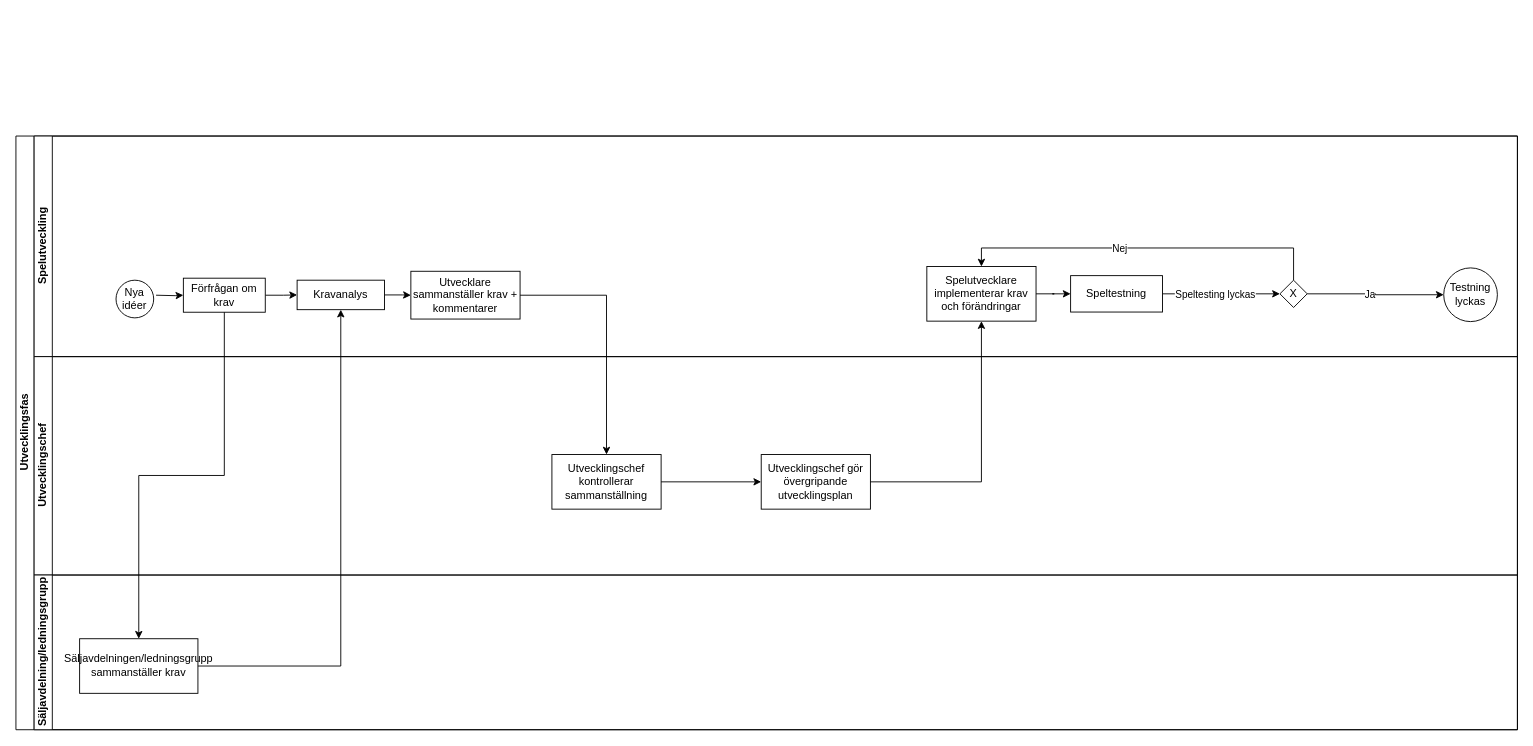
Earlier version of the draw.io diagram Utvecklingsfas diagram.drawio (herderboys/DSV-ITO). Source tidied: cells renumbered, new cells numbered last; positions are measured from the earlier drawing's top-left corner, leaving out a move shared by most shapes. Both pictures are drawn from the tidied source at 91%, with x=0, y=0 at pixel (15, 136).
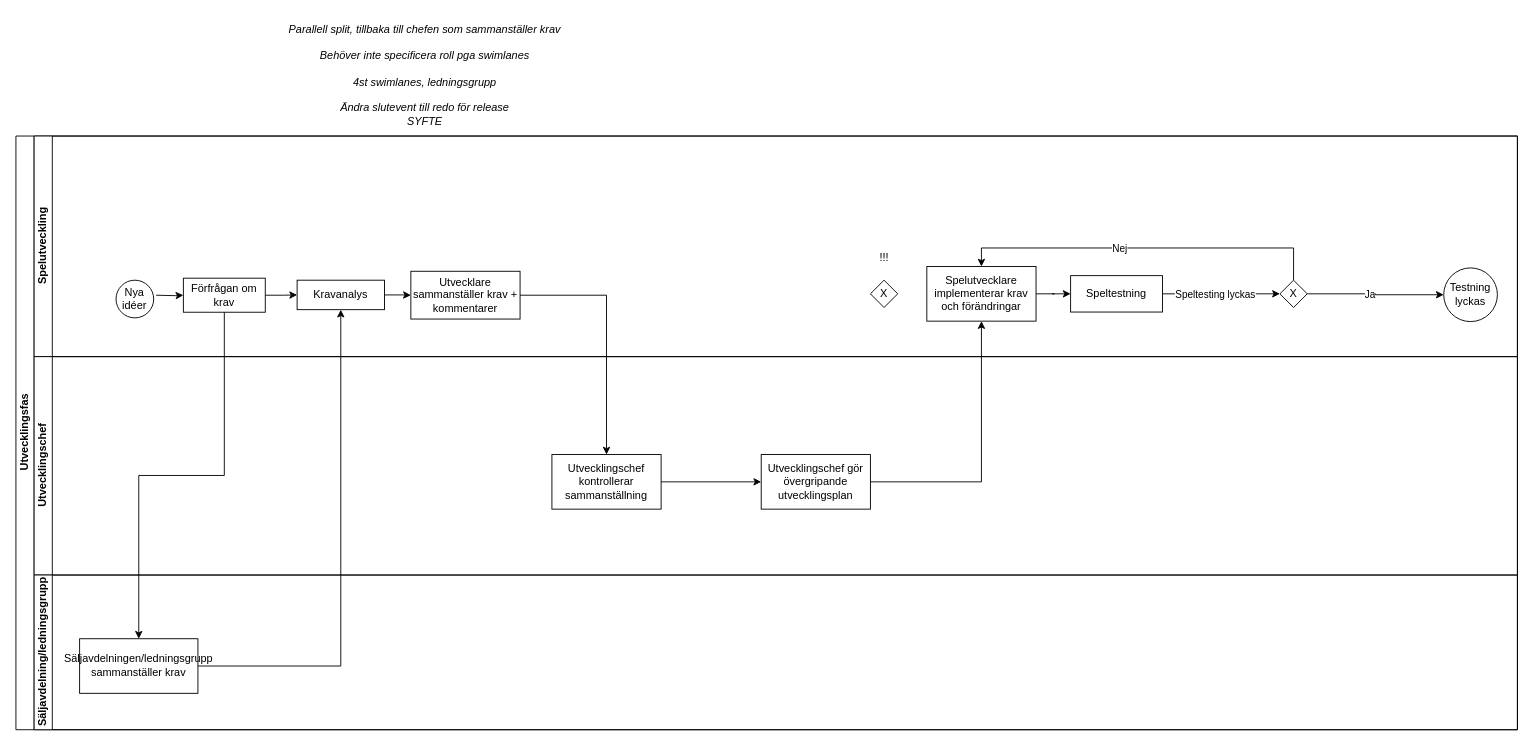
The same page after the edit.

The change refers to these unchanged cells:
```xml
<mxCell id="3" value="Spelutveckling" style="swimlane;html=1;startSize=20;horizontal=0;" parent="2" vertex="1">
  <mxGeometry x="20" width="1630" height="242.4" as="geometry" />
</mxCell>
```

Change to the diagram source:
```diff
@@
+    <mxCell id="33" value="X" style="rhombus;whiteSpace=wrap;html=1;" parent="3" vertex="1">
+      <mxGeometry x="919" y="158.4" width="30" height="30" as="geometry" />
+    </mxCell>
+    <mxCell id="34" value="!!!" style="text;html=1;align=center;verticalAlign=middle;strokeColor=none;fillColor=none;" parent="3" vertex="1">
+      <mxGeometry x="919" y="118.6" width="30" height="30" as="geometry" />
+    </mxCell>
@@
+    <mxCell id="35" value="&lt;div&gt;&lt;i&gt;Parallell split, tillbaka till chefen som sammanställer krav&lt;/i&gt;&lt;br&gt;&lt;/div&gt;&lt;div&gt;&lt;br&gt;&lt;/div&gt;&lt;div&gt;&lt;i&gt;Behöver inte specificera roll pga swimlanes&lt;/i&gt;&lt;br&gt;&lt;/div&gt;&lt;div&gt;&lt;br&gt;&lt;/div&gt;&lt;div&gt;&lt;i&gt;4st swimlanes, ledningsgrupp&lt;/i&gt;&lt;br&gt;&lt;/div&gt;&lt;div&gt;&lt;br&gt;&lt;/div&gt;&lt;div&gt;&lt;i&gt;Ändra slutevent till redo för release&lt;/i&gt;&lt;/div&gt;&lt;div&gt;&lt;i&gt;SYFTE&lt;br&gt;&lt;/i&gt;&lt;/div&gt;" style="text;html=1;align=center;verticalAlign=middle;strokeColor=none;fillColor=none;" parent="1" vertex="1">
+      <mxGeometry x="289" y="-132" width="320" height="130" as="geometry" />
+    </mxCell>
```
